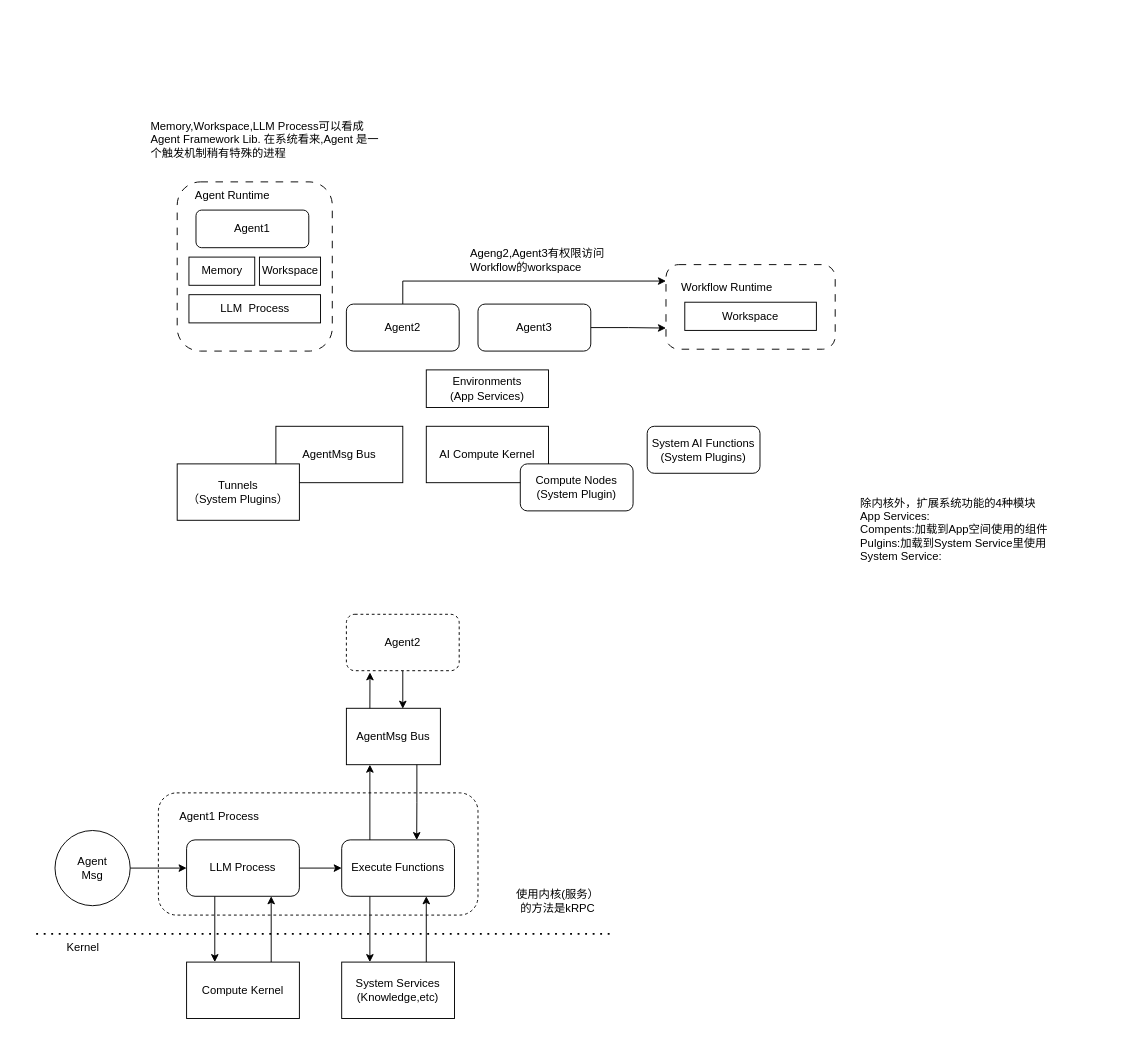
buckyos/buckyos keeps this draw.io diagram as page "Agent App 架构" (4 of 7) of doc/buckyos.drawio. Above is the earlier version. Source tidied: cells renumbered, new cells numbered last; positions are measured from the earlier drawing's top-left corner, leaving out a move shared by most shapes. Both pictures are drawn from the tidied source at 94%, with x=0, y=0 at pixel (36, 125).
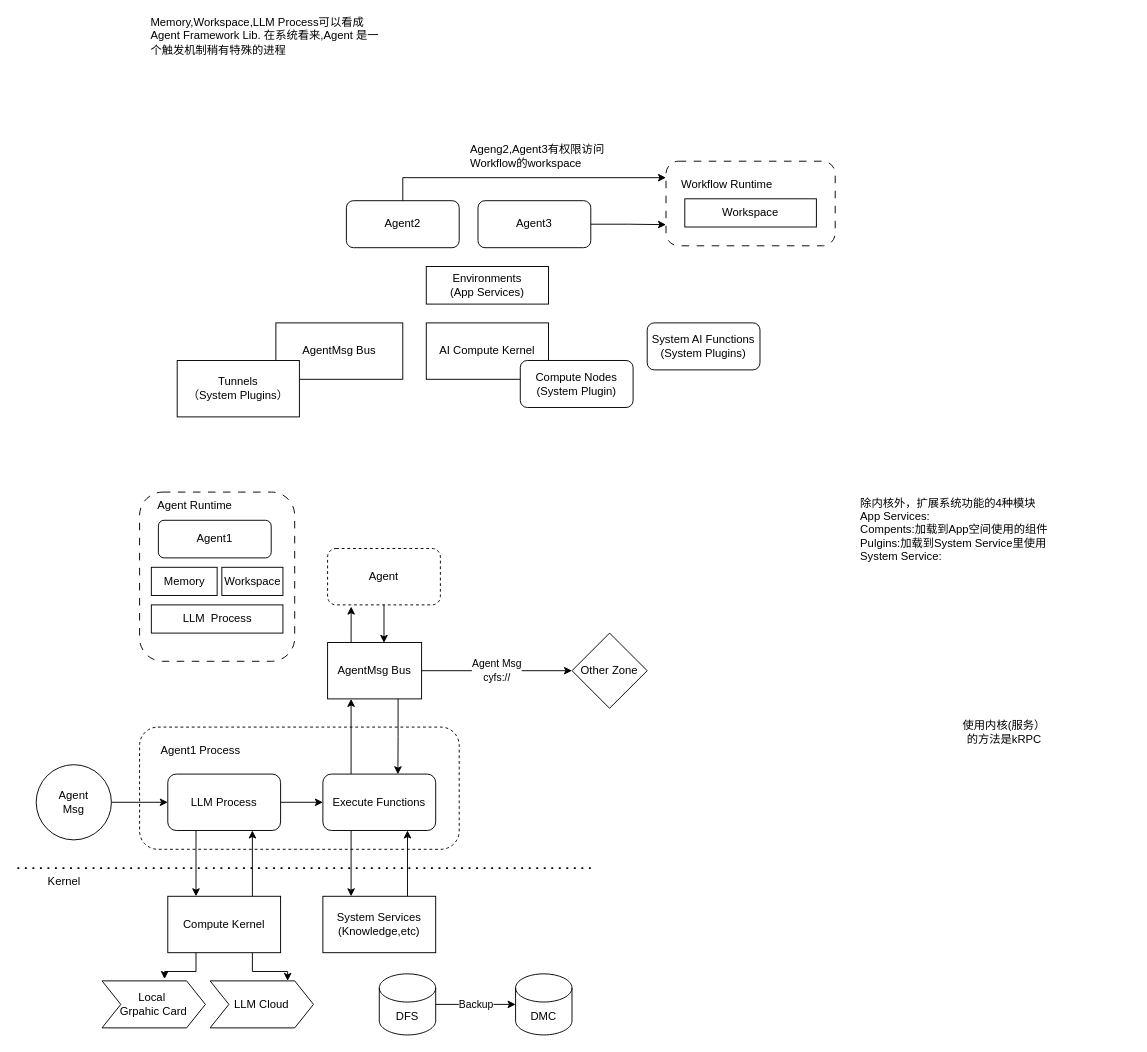
The same page after the edit.

Diff of the diagram source:
```diff
@@
     <mxCell id="2" style="rounded=1;whiteSpace=wrap;html=1;fillColor=none;dashed=1;dashPattern=8 8;" parent="1" vertex="1">
-      <mxGeometry x="150" y="60" width="165" height="180" as="geometry" />
+      <mxGeometry x="110" y="390" width="165" height="180" as="geometry" />
     </mxCell>
     <mxCell id="3" value="AgentMsg Bus" style="rounded=0;whiteSpace=wrap;html=1;" parent="1" vertex="1">
-      <mxGeometry x="255" y="320" width="135" height="60" as="geometry" />
+      <mxGeometry x="255" y="210" width="135" height="60" as="geometry" />
     </mxCell>
@@
     <mxCell id="5" value="Agent2" style="rounded=1;whiteSpace=wrap;html=1;" parent="1" vertex="1">
-      <mxGeometry x="330" y="190" width="120" height="50" as="geometry" />
+      <mxGeometry x="330" y="80" width="120" height="50" as="geometry" />
     </mxCell>
@@
     <mxCell id="7" value="Agent3" style="rounded=1;whiteSpace=wrap;html=1;" parent="1" vertex="1">
-      <mxGeometry x="470" y="190" width="120" height="50" as="geometry" />
+      <mxGeometry x="470" y="80" width="120" height="50" as="geometry" />
     </mxCell>
     <mxCell id="8" value="AI Compute Kernel" style="rounded=0;whiteSpace=wrap;html=1;" parent="1" vertex="1">
-      <mxGeometry x="415" y="320" width="130" height="60" as="geometry" />
+      <mxGeometry x="415" y="210" width="130" height="60" as="geometry" />
     </mxCell>
     <mxCell id="9" value="Compute Nodes&lt;br&gt;(System Plugin)" style="rounded=1;whiteSpace=wrap;html=1;" parent="1" vertex="1">
-      <mxGeometry x="515" y="360" width="120" height="50" as="geometry" />
+      <mxGeometry x="515" y="250" width="120" height="50" as="geometry" />
     </mxCell>
     <mxCell id="10" value="Tunnels&lt;br&gt;（System Plugins）" style="rounded=0;whiteSpace=wrap;html=1;" parent="1" vertex="1">
-      <mxGeometry x="150" y="360" width="130" height="60" as="geometry" />
+      <mxGeometry x="150" y="250" width="130" height="60" as="geometry" />
     </mxCell>
     <mxCell id="11" value="Agent1" style="rounded=1;whiteSpace=wrap;html=1;" parent="1" vertex="1">
-      <mxGeometry x="170" y="90" width="120" height="40" as="geometry" />
+      <mxGeometry x="130" y="420" width="120" height="40" as="geometry" />
     </mxCell>
     <mxCell id="12" value="Environments&lt;br&gt;(App Services)" style="rounded=0;whiteSpace=wrap;html=1;" parent="1" vertex="1">
-      <mxGeometry x="415" y="260" width="130" height="40" as="geometry" />
+      <mxGeometry x="415" y="150" width="130" height="40" as="geometry" />
     </mxCell>
     <mxCell id="13" value="System AI Functions&lt;br&gt;(System Plugins)" style="rounded=1;whiteSpace=wrap;html=1;" parent="1" vertex="1">
-      <mxGeometry x="650" y="320" width="120" height="50" as="geometry" />
+      <mxGeometry x="650" y="210" width="120" height="50" as="geometry" />
     </mxCell>
@@
     <mxCell id="15" value="Agent&lt;br&gt;Msg" style="ellipse;whiteSpace=wrap;html=1;" parent="1" vertex="1">
-      <mxGeometry x="20" y="750" width="80" height="80" as="geometry" />
+      <mxGeometry y="680" width="80" height="80" as="geometry" />
     </mxCell>
@@
     <mxCell id="18" value="LLM Process" style="rounded=1;whiteSpace=wrap;html=1;" parent="1" vertex="1">
-      <mxGeometry x="160" y="760" width="120" height="60" as="geometry" />
+      <mxGeometry x="140" y="690" width="120" height="60" as="geometry" />
     </mxCell>
@@
+    <mxCell id="46" style="edgeStyle=orthogonalEdgeStyle;rounded=0;jettySize=auto;html=1;exitX=0.75;exitY=1;exitDx=0;exitDy=0;entryX=0.75;entryY=0;entryDx=0;entryDy=0;" parent="1" edge="1" source="20" target="49">
+      <mxGeometry relative="1" as="geometry" />
+    </mxCell>
     <mxCell id="20" value="Compute Kernel" style="rounded=0;whiteSpace=wrap;html=1;" parent="1" vertex="1">
-      <mxGeometry x="160" y="890" width="120" height="60" as="geometry" />
+      <mxGeometry x="140" y="820" width="120" height="60" as="geometry" />
     </mxCell>
@@
     <mxCell id="23" value="Execute Functions" style="rounded=1;whiteSpace=wrap;html=1;" parent="1" vertex="1">
-      <mxGeometry x="325" y="760" width="120" height="60" as="geometry" />
+      <mxGeometry x="305" y="690" width="120" height="60" as="geometry" />
     </mxCell>
@@
     <mxCell id="25" value="System Services&lt;br&gt;(Knowledge,etc)" style="rounded=0;whiteSpace=wrap;html=1;" parent="1" vertex="1">
-      <mxGeometry x="325" y="890" width="120" height="60" as="geometry" />
+      <mxGeometry x="305" y="820" width="120" height="60" as="geometry" />
     </mxCell>
     <mxCell id="26" style="endArrow=none;dashed=1;html=1;dashPattern=1 3;strokeWidth=2;rounded=0;" parent="1" edge="1">
       <mxGeometry relative="1" as="geometry">
-        <mxPoint y="860" as="sourcePoint" />
-        <mxPoint x="610" y="860" as="targetPoint" />
+        <mxPoint x="-20" y="790" as="sourcePoint" />
+        <mxPoint x="590" y="790" as="targetPoint" />
       </mxGeometry>
     </mxCell>
     <mxCell id="27" style="rounded=1;whiteSpace=wrap;html=1;fillColor=none;dashed=1;" parent="1" vertex="1">
-      <mxGeometry x="130" y="710" width="340" height="130" as="geometry" />
+      <mxGeometry x="110" y="640" width="340" height="130" as="geometry" />
     </mxCell>
     <mxCell id="28" value="Agent1 Process" style="text;html=1;strokeColor=none;fillColor=none;align=center;verticalAlign=middle;whiteSpace=wrap;rounded=0;" parent="1" vertex="1">
-      <mxGeometry x="150" y="720" width="90" height="30" as="geometry" />
+      <mxGeometry x="130" y="650" width="90" height="30" as="geometry" />
     </mxCell>
-    <mxCell id="29" value="Agent2" style="rounded=1;whiteSpace=wrap;html=1;fillColor=none;dashed=1;" parent="1" vertex="1">
-      <mxGeometry x="330" y="520" width="120" height="60" as="geometry" />
+    <mxCell id="29" value="Agent" style="rounded=1;whiteSpace=wrap;html=1;fillColor=none;dashed=1;" parent="1" vertex="1">
+      <mxGeometry x="310" y="450" width="120" height="60" as="geometry" />
     </mxCell>
+    <mxCell id="47" value="Agent Msg&lt;div&gt;cyfs://&lt;/div&gt;" style="edgeStyle=orthogonalEdgeStyle;rounded=0;jettySize=auto;html=1;exitX=1;exitY=0.5;exitDx=0;exitDy=0;entryX=0;entryY=0.5;entryDx=0;entryDy=0;" parent="1" edge="1" source="30" target="53">
+      <mxGeometry relative="1" as="geometry" />
+    </mxCell>
     <mxCell id="30" value="AgentMsg Bus" style="rounded=0;whiteSpace=wrap;html=1;" parent="1" vertex="1">
-      <mxGeometry x="330" y="620" width="100" height="60" as="geometry" />
+      <mxGeometry x="310" y="550" width="100" height="60" as="geometry" />
     </mxCell>
@@
     <mxCell id="34" value="Kernel" style="text;html=1;strokeColor=none;fillColor=none;align=center;verticalAlign=middle;whiteSpace=wrap;rounded=0;" parent="1" vertex="1">
-      <mxGeometry x="20" y="860" width="60" height="30" as="geometry" />
+      <mxGeometry y="790" width="60" height="30" as="geometry" />
     </mxCell>
     <mxCell id="35" value="使用内核(服务）的方法是kRPC" style="text;html=1;strokeColor=none;fillColor=none;align=center;verticalAlign=middle;whiteSpace=wrap;rounded=0;" parent="1" vertex="1">
-      <mxGeometry x="505" y="810" width="100" height="30" as="geometry" />
+      <mxGeometry x="980" y="630" width="100" height="30" as="geometry" />
     </mxCell>
@@
     <mxCell id="37" value="Memory" style="rounded=0;whiteSpace=wrap;html=1;" parent="1" vertex="1">
-      <mxGeometry x="162.5" y="140" width="70" height="30" as="geometry" />
+      <mxGeometry x="122.5" y="470" width="70" height="30" as="geometry" />
     </mxCell>
     <mxCell id="38" value="Workspace" style="rounded=0;whiteSpace=wrap;html=1;" parent="1" vertex="1">
-      <mxGeometry x="237.5" y="140" width="65" height="30" as="geometry" />
+      <mxGeometry x="197.5" y="470" width="65" height="30" as="geometry" />
     </mxCell>
     <mxCell id="39" value="LLM&amp;nbsp; Process" style="rounded=0;whiteSpace=wrap;html=1;" parent="1" vertex="1">
-      <mxGeometry x="162.5" y="180" width="140" height="30" as="geometry" />
+      <mxGeometry x="122.5" y="510" width="140" height="30" as="geometry" />
     </mxCell>
     <mxCell id="40" value="Agent Runtime" style="text;html=1;strokeColor=none;fillColor=none;align=center;verticalAlign=middle;whiteSpace=wrap;rounded=0;" parent="1" vertex="1">
-      <mxGeometry x="160" y="60" width="97.5" height="30" as="geometry" />
+      <mxGeometry x="120" y="390" width="97.5" height="30" as="geometry" />
     </mxCell>
     <mxCell id="41" value="Memory,Workspace,LLM Process可以看成Agent Framework Lib. 在系统看来,Agent 是一个触发机制稍有特殊的进程" style="text;html=1;strokeColor=none;fillColor=none;align=left;verticalAlign=middle;whiteSpace=wrap;rounded=0;" parent="1" vertex="1">
-      <mxGeometry x="120" width="245" height="30" as="geometry" />
+      <mxGeometry x="120" y="-110" width="245" height="30" as="geometry" />
     </mxCell>
     <mxCell id="42" style="rounded=1;whiteSpace=wrap;html=1;fillColor=none;dashed=1;dashPattern=8 8;" parent="1" vertex="1">
-      <mxGeometry x="670" y="148" width="180" height="90" as="geometry" />
+      <mxGeometry x="670" y="38" width="180" height="90" as="geometry" />
     </mxCell>
     <mxCell id="43" value="Workflow Runtime" style="text;html=1;strokeColor=none;fillColor=none;align=center;verticalAlign=middle;whiteSpace=wrap;rounded=0;" parent="1" vertex="1">
-      <mxGeometry x="670" y="158" width="130" height="30" as="geometry" />
+      <mxGeometry x="670" y="48" width="130" height="30" as="geometry" />
     </mxCell>
     <mxCell id="44" value="Workspace" style="rounded=0;whiteSpace=wrap;html=1;" parent="1" vertex="1">
-      <mxGeometry x="690" y="188" width="140" height="30" as="geometry" />
+      <mxGeometry x="690" y="78" width="140" height="30" as="geometry" />
     </mxCell>
     <mxCell id="45" value="Ageng2,Agent3有权限访问Workflow的workspace" style="text;html=1;strokeColor=none;fillColor=none;align=left;verticalAlign=middle;whiteSpace=wrap;rounded=0;" parent="1" vertex="1">
-      <mxGeometry x="460" y="128" width="160" height="30" as="geometry" />
+      <mxGeometry x="460" y="18" width="160" height="30" as="geometry" />
     </mxCell>
+    <mxCell id="48" value="Local&amp;nbsp;&lt;div&gt;Grpahic Card&lt;/div&gt;" style="shape=step;perimeter=stepPerimeter;whiteSpace=wrap;html=1;fixedSize=1;" parent="1" vertex="1">
+      <mxGeometry x="70" y="910" width="110" height="50" as="geometry" />
+    </mxCell>
+    <mxCell id="49" value="LLM Cloud" style="shape=step;perimeter=stepPerimeter;whiteSpace=wrap;html=1;fixedSize=1;" parent="1" vertex="1">
+      <mxGeometry x="185" y="910" width="110" height="50" as="geometry" />
+    </mxCell>
+    <mxCell id="50" value="DFS" style="shape=cylinder3;whiteSpace=wrap;html=1;boundedLbl=1;backgroundOutline=1;size=15;" parent="1" vertex="1">
+      <mxGeometry x="365" y="902.5" width="60" height="65" as="geometry" />
+    </mxCell>
+    <mxCell id="51" value="DMC" style="shape=cylinder3;whiteSpace=wrap;html=1;boundedLbl=1;backgroundOutline=1;size=15;" parent="1" vertex="1">
+      <mxGeometry x="510" y="902.5" width="60" height="65" as="geometry" />
+    </mxCell>
+    <mxCell id="52" value="Backup" style="edgeStyle=orthogonalEdgeStyle;rounded=0;jettySize=auto;html=1;exitX=1;exitY=0.5;exitDx=0;exitDy=0;exitPerimeter=0;entryX=0;entryY=0.5;entryDx=0;entryDy=0;entryPerimeter=0;" parent="1" edge="1" source="50" target="51">
+      <mxGeometry relative="1" as="geometry" />
+    </mxCell>
+    <mxCell id="53" value="Other Zone" style="rhombus;whiteSpace=wrap;html=1;" parent="1" vertex="1">
+      <mxGeometry x="570" y="540" width="80" height="80" as="geometry" />
+    </mxCell>
+    <mxCell id="54" style="edgeStyle=orthogonalEdgeStyle;rounded=0;jettySize=auto;html=1;exitX=0.25;exitY=1;exitDx=0;exitDy=0;entryX=0.605;entryY=-0.04;entryDx=0;entryDy=0;entryPerimeter=0;" parent="1" edge="1" source="20" target="48">
+      <mxGeometry relative="1" as="geometry" />
+    </mxCell>
```
